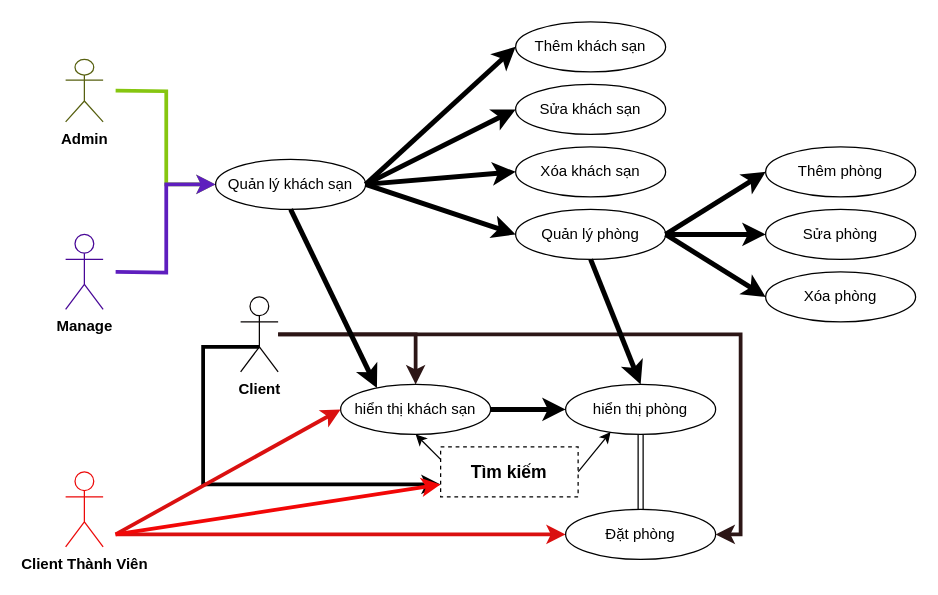
Before: page "Khách sạn" (4 of 8) of Bai_Bao_Cao/Biểu đồ/Use_Case/Tong_Quat.drawio in maivanlong74/Hotell-Jade-Dragon, a draw.io diagram. Source tidied: cells renumbered, new cells numbered last; positions are measured from the earlier drawing's top-left corner, leaving out a move shared by most shapes. Both pictures are drawn from the tidied source at 125%, with x=0, y=0 at pixel (65, 21).
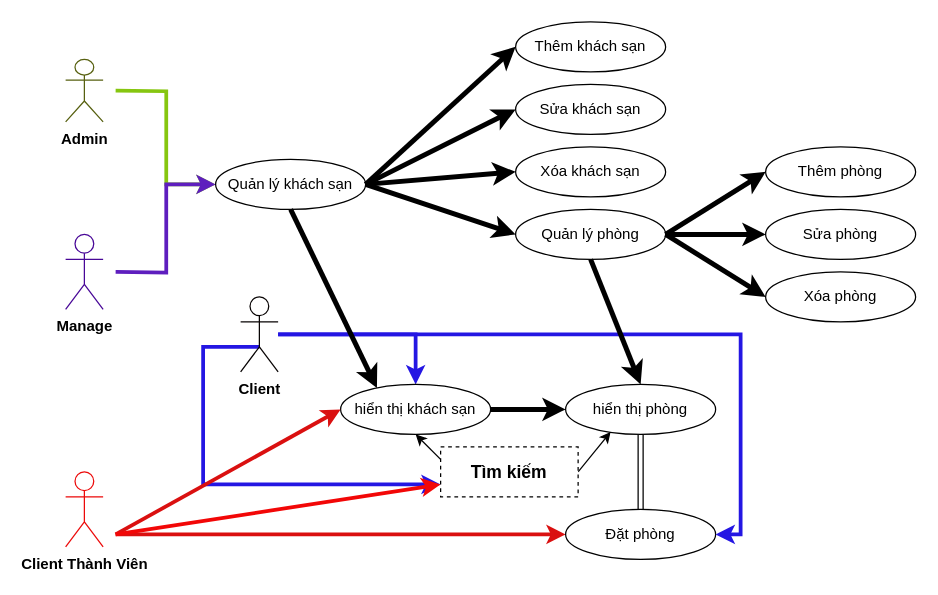
The same page after the edit.

Unchanged cells that the change refers to:
```xml
<mxCell id="10" value="&lt;b&gt;Client&lt;/b&gt;" style="shape=umlActor;verticalLabelPosition=bottom;verticalAlign=top;html=1;outlineConnect=0;strokeColor=#070303;" parent="1" vertex="1">
  <mxGeometry x="140" y="220" width="30" height="60" as="geometry" />
</mxCell>
<mxCell id="27" value="hiển thị khách sạn" style="ellipse;whiteSpace=wrap;html=1;" parent="1" vertex="1">
  <mxGeometry x="220" y="290" width="120" height="40" as="geometry" />
</mxCell>
<mxCell id="30" value="Đặt phòng" style="ellipse;whiteSpace=wrap;html=1;" parent="1" vertex="1">
  <mxGeometry x="400" y="390" width="120" height="40" as="geometry" />
</mxCell>
```

What changed in the source:
```diff
@@
-    <mxCell id="8" style="edgeStyle=orthogonalEdgeStyle;rounded=0;jettySize=auto;html=1;strokeWidth=3;strokeColor=#2c1616;" parent="1" edge="1" source="10" target="27">
+    <mxCell id="8" style="edgeStyle=orthogonalEdgeStyle;rounded=0;jettySize=auto;html=1;strokeWidth=3;strokeColor=#2416e3;" parent="1" edge="1" source="10" target="27">
       <mxGeometry relative="1" as="geometry" />
     </mxCell>
-    <mxCell id="9" style="edgeStyle=orthogonalEdgeStyle;rounded=0;orthogonalLoop=1;jettySize=auto;html=1;entryX=0;entryY=0.5;entryDx=0;entryDy=0;strokeWidth=3;" parent="1" edge="1">
+    <mxCell id="9" style="edgeStyle=orthogonalEdgeStyle;rounded=0;orthogonalLoop=1;jettySize=auto;html=1;entryX=0;entryY=0.5;entryDx=0;entryDy=0;strokeWidth=3;strokeColor=#2416e3;" parent="1" edge="1">
       <mxGeometry relative="1" as="geometry">
         <mxPoint x="140" y="260" as="sourcePoint" />
         <mxPoint x="300" y="370" as="targetPoint" />
         <Array as="points">
           <mxPoint x="155" y="260" />
           <mxPoint x="110" y="260" />
           <mxPoint x="110" y="370" />
         </Array>
       </mxGeometry>
     </mxCell>
@@
-    <mxCell id="31" style="endArrow=classic;html=1;rounded=0;entryX=1;entryY=0.5;entryDx=0;entryDy=0;strokeWidth=3;strokeColor=#2c1616;" parent="1" edge="1" target="30">
+    <mxCell id="31" style="endArrow=classic;html=1;rounded=0;entryX=1;entryY=0.5;entryDx=0;entryDy=0;strokeWidth=3;strokeColor=#2416e3;" parent="1" edge="1" target="30">
       <mxGeometry relative="1" as="geometry">
         <mxPoint x="170" y="250" as="sourcePoint" />
         <Array as="points">
           <mxPoint x="540" y="250" />
           <mxPoint x="540" y="410" />
         </Array>
       </mxGeometry>
     </mxCell>
```
